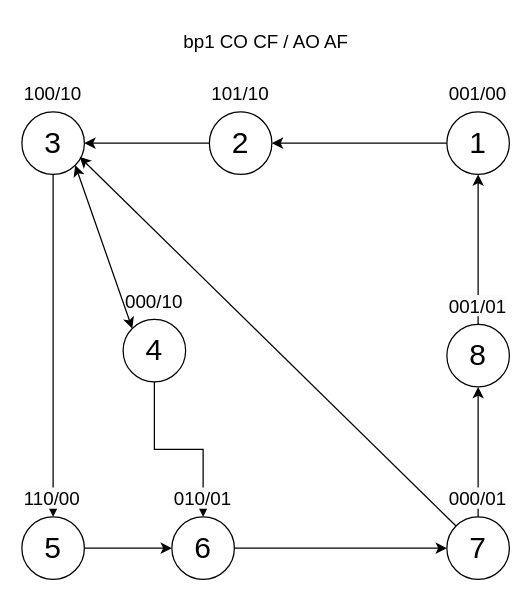
This is TP4 Exo1.drawio from Riuza-c-137/diagrams.net-default_repo, a draw.io file, before an edit. Source tidied: cells renumbered, new cells numbered last; positions are measured from the earlier drawing's top-left corner, leaving out a move shared by most shapes. Both pictures are drawn from the tidied source at 125%, with x=0, y=0 at pixel (21, 21).
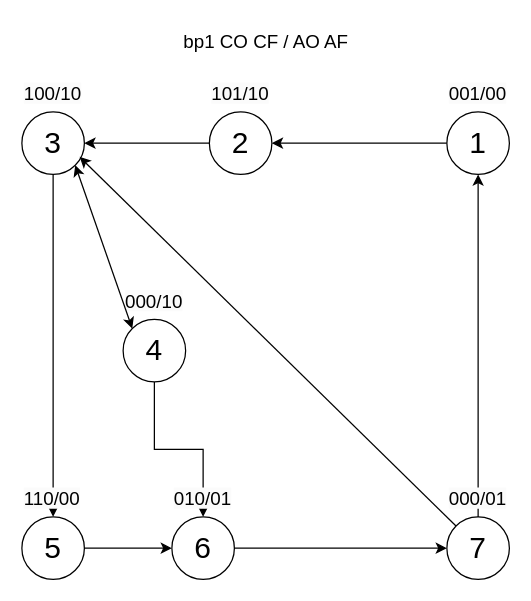
The same page after the edit.

Commit message:
Mettre à jour TP4 Exo1.drawio

The change refers to these unchanged cells:
```xml
<mxCell id="3" value="&lt;font style=&quot;font-size: 24px;&quot;&gt;1&lt;/font&gt;" style="ellipse;whiteSpace=wrap;html=1;" parent="1" vertex="1">
  <mxGeometry x="340" y="72" width="50" height="50" as="geometry" />
</mxCell>
<mxCell id="22" value="&lt;span style=&quot;font-size: 24px;&quot;&gt;7&lt;br&gt;&lt;/span&gt;" style="ellipse;whiteSpace=wrap;html=1;" parent="1" vertex="1">
  <mxGeometry x="340" y="396" width="50" height="50" as="geometry" />
</mxCell>
```

Change to the diagram source:
```diff
@@
-    <mxCell id="21" style="edgeStyle=orthogonalEdgeStyle;rounded=0;jettySize=auto;html=1;exitX=0.5;exitY=0;exitDx=0;exitDy=0;entryX=0.5;entryY=1;entryDx=0;entryDy=0;" parent="1" edge="1" source="22" target="25">
-      <mxGeometry relative="1" as="geometry" />
-    </mxCell>
+    <mxCell id="29" style="edgeStyle=orthogonalEdgeStyle;rounded=0;jettySize=auto;html=1;exitX=0.5;exitY=0;exitDx=0;exitDy=0;entryX=0.5;entryY=1;entryDx=0;entryDy=0;" parent="1" edge="1" source="22" target="3">
+      <mxGeometry relative="1" as="geometry" />
+    </mxCell>
@@
-    <mxCell id="24" style="edgeStyle=orthogonalEdgeStyle;rounded=0;jettySize=auto;html=1;exitX=0.5;exitY=0;exitDx=0;exitDy=0;entryX=0.5;entryY=1;entryDx=0;entryDy=0;" parent="1" edge="1" source="25" target="3">
-      <mxGeometry relative="1" as="geometry" />
-    </mxCell>
-    <mxCell id="25" value="&lt;span style=&quot;font-size: 24px;&quot;&gt;8&lt;br&gt;&lt;/span&gt;" style="ellipse;whiteSpace=wrap;html=1;" parent="1" vertex="1">
-      <mxGeometry x="340" y="242" width="50" height="50" as="geometry" />
-    </mxCell>
-    <mxCell id="26" value="&lt;span style=&quot;color: rgb(0, 0, 0); font-family: Helvetica; font-size: 15px; font-style: normal; font-variant-ligatures: normal; font-variant-caps: normal; font-weight: 400; letter-spacing: normal; orphans: 2; text-align: center; text-indent: 0px; text-transform: none; widows: 2; word-spacing: 0px; -webkit-text-stroke-width: 0px; background-color: rgb(251, 251, 251); text-decoration-thickness: initial; text-decoration-style: initial; text-decoration-color: initial; float: none; display: inline !important;&quot;&gt;001/01&lt;br&gt;&lt;/span&gt;" style="text;whiteSpace=wrap;html=1;" parent="1" vertex="1">
-      <mxGeometry x="340" y="212" width="50" height="26" as="geometry" />
-    </mxCell>
```
